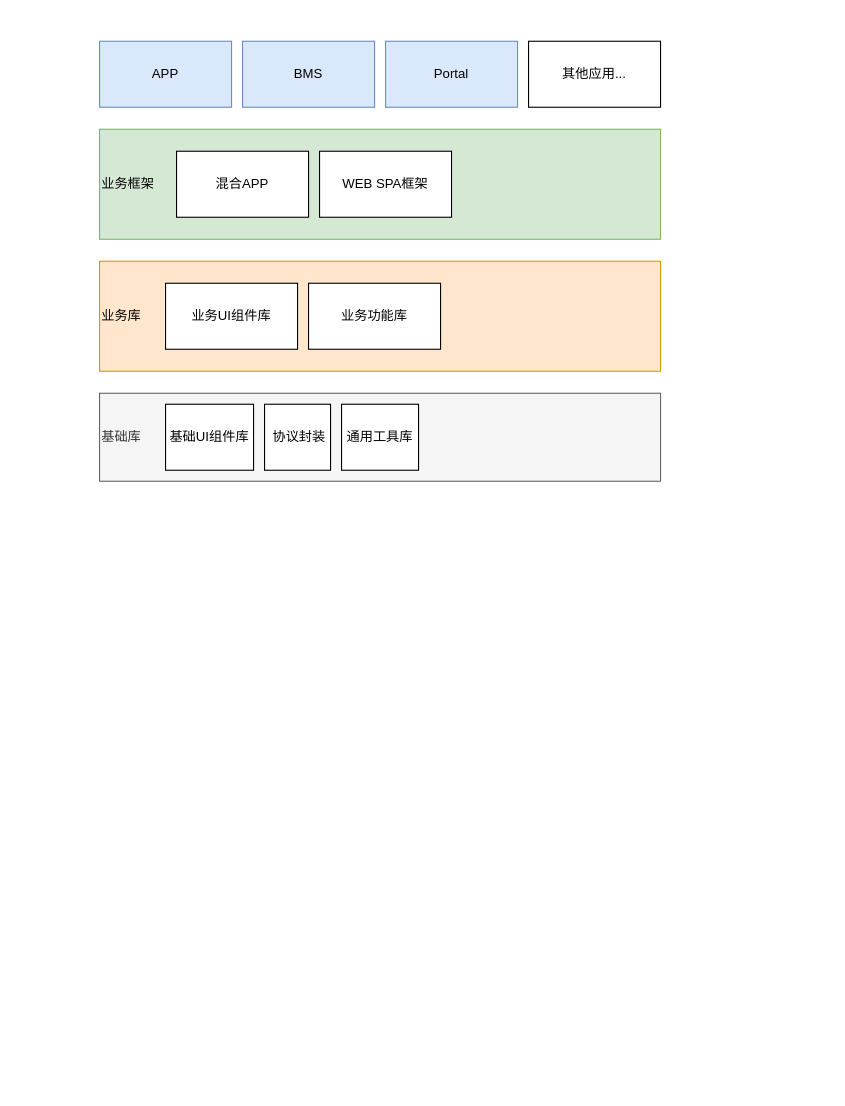
zechau/demos keeps this draw.io diagram as Untitled Diagram.drawio. Above is the earlier version. Source tidied: cells renumbered, new cells numbered last; positions are measured from the earlier drawing's top-left corner, leaving out a move shared by most shapes. Both pictures are drawn from the tidied source at 110%, with x=0, y=0 at pixel (99, 41).
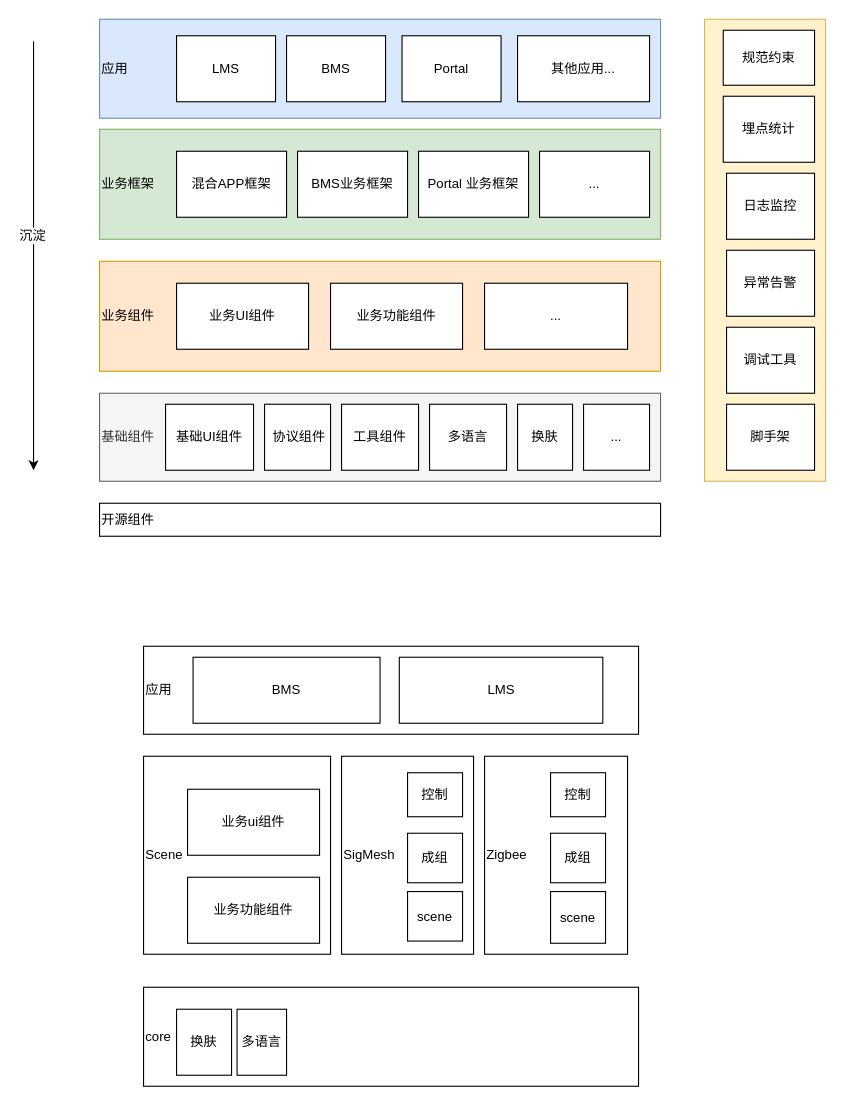
After the change.

Change to the diagram source:
```diff
@@
-    <mxCell id="2" value="APP" style="rounded=0;whiteSpace=wrap;html=1;fillColor=#dae8fc;strokeColor=#6c8ebf;" parent="1" vertex="1">
-      <mxGeometry width="120" height="60" as="geometry" />
+    <mxCell id="2" value="应用" style="rounded=0;whiteSpace=wrap;html=1;fillColor=#dae8fc;strokeColor=#6c8ebf;align=left;" parent="1" vertex="1">
+      <mxGeometry y="-20" width="510" height="90" as="geometry" />
     </mxCell>
-    <mxCell id="3" value="BMS" style="rounded=0;whiteSpace=wrap;html=1;fillColor=#dae8fc;strokeColor=#6c8ebf;" parent="1" vertex="1">
-      <mxGeometry x="130" width="120" height="60" as="geometry" />
+    <mxCell id="3" value="BMS" style="rounded=0;whiteSpace=wrap;html=1;" parent="1" vertex="1">
+      <mxGeometry x="170" y="-5" width="90" height="60" as="geometry" />
     </mxCell>
-    <mxCell id="4" value="Portal" style="rounded=0;whiteSpace=wrap;html=1;fillColor=#dae8fc;strokeColor=#6c8ebf;" parent="1" vertex="1">
-      <mxGeometry x="260" width="120" height="60" as="geometry" />
+    <mxCell id="4" value="Portal" style="rounded=0;whiteSpace=wrap;html=1;" parent="1" vertex="1">
+      <mxGeometry x="275" y="-5" width="90" height="60" as="geometry" />
     </mxCell>
@@
-    <mxCell id="6" value="混合APP" style="rounded=0;whiteSpace=wrap;html=1;" parent="1" vertex="1">
-      <mxGeometry x="70" y="100" width="120" height="60" as="geometry" />
+    <mxCell id="6" value="混合APP框架" style="rounded=0;whiteSpace=wrap;html=1;" parent="1" vertex="1">
+      <mxGeometry x="70" y="100" width="100" height="60" as="geometry" />
     </mxCell>
-    <mxCell id="7" value="WEB SPA框架" style="rounded=0;whiteSpace=wrap;html=1;" parent="1" vertex="1">
-      <mxGeometry x="200" y="100" width="120" height="60" as="geometry" />
+    <mxCell id="7" value="BMS业务框架" style="rounded=0;whiteSpace=wrap;html=1;" parent="1" vertex="1">
+      <mxGeometry x="180" y="100" width="100" height="60" as="geometry" />
     </mxCell>
-    <mxCell id="8" value="业务库" style="rounded=0;whiteSpace=wrap;html=1;align=left;fillColor=#ffe6cc;strokeColor=#d79b00;" parent="1" vertex="1">
+    <mxCell id="8" value="业务组件" style="rounded=0;whiteSpace=wrap;html=1;align=left;fillColor=#ffe6cc;strokeColor=#d79b00;" parent="1" vertex="1">
       <mxGeometry y="200" width="510" height="100" as="geometry" />
     </mxCell>
-    <mxCell id="9" value="业务UI组件库" style="rounded=0;whiteSpace=wrap;html=1;" parent="1" vertex="1">
-      <mxGeometry x="60" y="220" width="120" height="60" as="geometry" />
+    <mxCell id="9" value="业务UI组件" style="rounded=0;whiteSpace=wrap;html=1;" parent="1" vertex="1">
+      <mxGeometry x="70" y="220" width="120" height="60" as="geometry" />
     </mxCell>
-    <mxCell id="10" value="业务功能库" style="rounded=0;whiteSpace=wrap;html=1;" parent="1" vertex="1">
-      <mxGeometry x="190" y="220" width="120" height="60" as="geometry" />
+    <mxCell id="10" value="业务功能组件" style="rounded=0;whiteSpace=wrap;html=1;" parent="1" vertex="1">
+      <mxGeometry x="210" y="220" width="120" height="60" as="geometry" />
     </mxCell>
-    <mxCell id="11" value="基础库" style="rounded=0;whiteSpace=wrap;html=1;align=left;fillColor=#f5f5f5;strokeColor=#666666;fontColor=#333333;" parent="1" vertex="1">
+    <mxCell id="11" value="基础组件" style="rounded=0;whiteSpace=wrap;html=1;align=left;fillColor=#f5f5f5;strokeColor=#666666;fontColor=#333333;" parent="1" vertex="1">
       <mxGeometry y="320" width="510" height="80" as="geometry" />
     </mxCell>
-    <mxCell id="12" value="基础UI组件库" style="rounded=0;whiteSpace=wrap;html=1;" parent="1" vertex="1">
+    <mxCell id="12" value="基础UI组件" style="rounded=0;whiteSpace=wrap;html=1;" parent="1" vertex="1">
       <mxGeometry x="60" y="330" width="80" height="60" as="geometry" />
     </mxCell>
-    <mxCell id="13" value="&amp;nbsp;协议封装" style="rounded=0;whiteSpace=wrap;html=1;" parent="1" vertex="1">
+    <mxCell id="13" value="&amp;nbsp;协议组件" style="rounded=0;whiteSpace=wrap;html=1;" parent="1" vertex="1">
       <mxGeometry x="150" y="330" width="60" height="60" as="geometry" />
     </mxCell>
     <mxCell id="14" value="其他应用..." style="rounded=0;whiteSpace=wrap;html=1;" parent="1" vertex="1">
-      <mxGeometry x="390" width="120" height="60" as="geometry" />
+      <mxGeometry x="380" y="-5" width="120" height="60" as="geometry" />
     </mxCell>
-    <mxCell id="15" value="通用工具库" style="rounded=0;whiteSpace=wrap;html=1;" parent="1" vertex="1">
+    <mxCell id="15" value="工具组件" style="rounded=0;whiteSpace=wrap;html=1;" parent="1" vertex="1">
       <mxGeometry x="220" y="330" width="70" height="60" as="geometry" />
     </mxCell>
+    <mxCell id="16" value="多语言" style="rounded=0;whiteSpace=wrap;html=1;" parent="1" vertex="1">
+      <mxGeometry x="300" y="330" width="70" height="60" as="geometry" />
+    </mxCell>
+    <mxCell id="17" value="换肤" style="rounded=0;whiteSpace=wrap;html=1;" parent="1" vertex="1">
+      <mxGeometry x="380" y="330" width="50" height="60" as="geometry" />
+    </mxCell>
+    <mxCell id="18" value="Portal 业务框架" style="rounded=0;whiteSpace=wrap;html=1;" parent="1" vertex="1">
+      <mxGeometry x="290" y="100" width="100" height="60" as="geometry" />
+    </mxCell>
+    <mxCell id="19" value="..." style="rounded=0;whiteSpace=wrap;html=1;" parent="1" vertex="1">
+      <mxGeometry x="440" y="330" width="60" height="60" as="geometry" />
+    </mxCell>
+    <mxCell id="20" value="LMS" style="rounded=0;whiteSpace=wrap;html=1;" parent="1" vertex="1">
+      <mxGeometry x="70" y="-5" width="90" height="60" as="geometry" />
+    </mxCell>
+    <mxCell id="21" style="endArrow=classic;html=1;" parent="1" edge="1">
+      <mxGeometry relative="1" as="geometry">
+        <mxPoint x="-60" as="sourcePoint" />
+        <mxPoint x="-60" y="390" as="targetPoint" />
+      </mxGeometry>
+    </mxCell>
+    <mxCell id="22" value="沉淀" style="text;html=1;align=center;verticalAlign=middle;labelBackgroundColor=#ffffff;" parent="21" vertex="1">
+      <mxGeometry x="-0.1" y="-2" relative="1" as="geometry" />
+    </mxCell>
+    <mxCell id="23" style="rounded=0;whiteSpace=wrap;html=1;fillColor=#fff2cc;strokeColor=#d6b656;align=left;" parent="1" vertex="1">
+      <mxGeometry x="550" y="-20" width="110" height="420" as="geometry" />
+    </mxCell>
+    <mxCell id="24" value="埋点统计" style="rounded=0;whiteSpace=wrap;html=1;" parent="1" vertex="1">
+      <mxGeometry x="567" y="50" width="83" height="60" as="geometry" />
+    </mxCell>
+    <mxCell id="25" value="日志监控" style="rounded=0;whiteSpace=wrap;html=1;" parent="1" vertex="1">
+      <mxGeometry x="570" y="120" width="80" height="60" as="geometry" />
+    </mxCell>
+    <mxCell id="26" value="异常告警" style="rounded=0;whiteSpace=wrap;html=1;" parent="1" vertex="1">
+      <mxGeometry x="570" y="190" width="80" height="60" as="geometry" />
+    </mxCell>
+    <mxCell id="27" value="调试工具" style="rounded=0;whiteSpace=wrap;html=1;" parent="1" vertex="1">
+      <mxGeometry x="570" y="260" width="80" height="60" as="geometry" />
+    </mxCell>
+    <mxCell id="28" value="脚手架" style="rounded=0;whiteSpace=wrap;html=1;" parent="1" vertex="1">
+      <mxGeometry x="570" y="330" width="80" height="60" as="geometry" />
+    </mxCell>
+    <mxCell id="29" value="..." style="rounded=0;whiteSpace=wrap;html=1;" parent="1" vertex="1">
+      <mxGeometry x="350" y="220" width="130" height="60" as="geometry" />
+    </mxCell>
+    <mxCell id="30" value="..." style="rounded=0;whiteSpace=wrap;html=1;" parent="1" vertex="1">
+      <mxGeometry x="400" y="100" width="100" height="60" as="geometry" />
+    </mxCell>
+    <mxCell id="31" value="开源组件" style="rounded=0;whiteSpace=wrap;html=1;align=left;glass=0;comic=0;" parent="1" vertex="1">
+      <mxGeometry y="420" width="510" height="30" as="geometry" />
+    </mxCell>
+    <mxCell id="32" value="规范约束" style="rounded=0;whiteSpace=wrap;html=1;" parent="1" vertex="1">
+      <mxGeometry x="567" y="-10" width="83" height="50" as="geometry" />
+    </mxCell>
+    <mxCell id="33" value="Scene" style="rounded=0;whiteSpace=wrap;html=1;align=left;" parent="1" vertex="1">
+      <mxGeometry x="40" y="650" width="170" height="180" as="geometry" />
+    </mxCell>
+    <mxCell id="34" value="业务ui组件" style="rounded=0;whiteSpace=wrap;html=1;" parent="1" vertex="1">
+      <mxGeometry x="80" y="680" width="120" height="60" as="geometry" />
+    </mxCell>
+    <mxCell id="35" value="业务功能组件" style="rounded=0;whiteSpace=wrap;html=1;" parent="1" vertex="1">
+      <mxGeometry x="80" y="760" width="120" height="60" as="geometry" />
+    </mxCell>
+    <mxCell id="36" value="core" style="rounded=0;whiteSpace=wrap;html=1;shadow=0;align=left;" parent="1" vertex="1">
+      <mxGeometry x="40" y="860" width="450" height="90" as="geometry" />
+    </mxCell>
+    <mxCell id="37" value="SigMesh" style="rounded=0;whiteSpace=wrap;html=1;align=left;" parent="1" vertex="1">
+      <mxGeometry x="220" y="650" width="120" height="180" as="geometry" />
+    </mxCell>
+    <mxCell id="38" value="控制" style="rounded=0;whiteSpace=wrap;html=1;shadow=0;glass=0;comic=0;" parent="1" vertex="1">
+      <mxGeometry x="280" y="665" width="50" height="40" as="geometry" />
+    </mxCell>
+    <mxCell id="39" value="成组" style="rounded=0;whiteSpace=wrap;html=1;shadow=0;glass=0;comic=0;" parent="1" vertex="1">
+      <mxGeometry x="280" y="720" width="50" height="45" as="geometry" />
+    </mxCell>
+    <mxCell id="40" value="scene" style="rounded=0;whiteSpace=wrap;html=1;shadow=0;glass=0;comic=0;" parent="1" vertex="1">
+      <mxGeometry x="280" y="773" width="50" height="45" as="geometry" />
+    </mxCell>
+    <mxCell id="41" value="应用" style="rounded=0;whiteSpace=wrap;html=1;shadow=0;glass=0;comic=0;align=left;" parent="1" vertex="1">
+      <mxGeometry x="40" y="550" width="450" height="80" as="geometry" />
+    </mxCell>
+    <mxCell id="42" value="BMS" style="rounded=0;whiteSpace=wrap;html=1;shadow=0;glass=0;comic=0;" parent="1" vertex="1">
+      <mxGeometry x="85" y="560" width="170" height="60" as="geometry" />
+    </mxCell>
+    <mxCell id="43" value="LMS" style="rounded=0;whiteSpace=wrap;html=1;shadow=0;glass=0;comic=0;" parent="1" vertex="1">
+      <mxGeometry x="272.5" y="560" width="185" height="60" as="geometry" />
+    </mxCell>
+    <mxCell id="44" value="换肤" style="rounded=0;whiteSpace=wrap;html=1;shadow=0;glass=0;comic=0;" parent="1" vertex="1">
+      <mxGeometry x="70" y="880" width="50" height="60" as="geometry" />
+    </mxCell>
+    <mxCell id="45" value="多语言" style="rounded=0;whiteSpace=wrap;html=1;shadow=0;glass=0;comic=0;" parent="1" vertex="1">
+      <mxGeometry x="125" y="880" width="45" height="60" as="geometry" />
+    </mxCell>
+    <mxCell id="46" value="Zigbee" style="rounded=0;whiteSpace=wrap;html=1;align=left;" parent="1" vertex="1">
+      <mxGeometry x="350" y="650" width="130" height="180" as="geometry" />
+    </mxCell>
+    <mxCell id="47" value="控制" style="rounded=0;whiteSpace=wrap;html=1;shadow=0;glass=0;comic=0;" parent="1" vertex="1">
+      <mxGeometry x="410" y="665" width="50" height="40" as="geometry" />
+    </mxCell>
+    <mxCell id="48" value="成组" style="rounded=0;whiteSpace=wrap;html=1;shadow=0;glass=0;comic=0;" parent="1" vertex="1">
+      <mxGeometry x="410" y="720" width="50" height="45" as="geometry" />
+    </mxCell>
+    <mxCell id="49" value="scene" style="rounded=0;whiteSpace=wrap;html=1;shadow=0;glass=0;comic=0;" parent="1" vertex="1">
+      <mxGeometry x="410" y="773" width="50" height="47" as="geometry" />
+    </mxCell>
```
